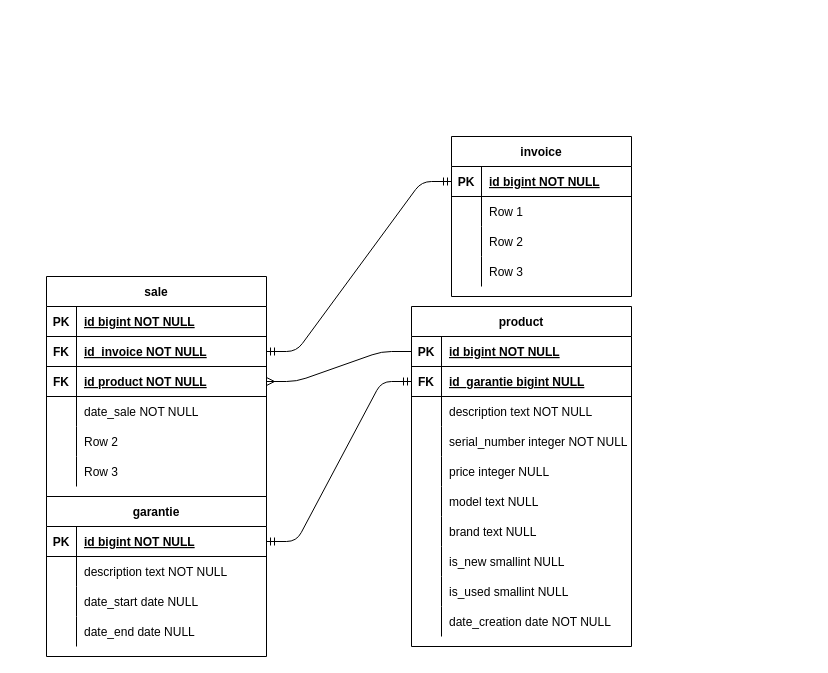
Earlier version of the draw.io diagram Diagrams/Untitled Diagram.drawio (JulianaMedinaF/iCommercewebDiagrams). Source tidied: cells renumbered, new cells numbered last; positions are measured from the earlier drawing's top-left corner, leaving out a move shared by most shapes. Both pictures are drawn from the tidied source at 100%, with x=0, y=0 at pixel (46, 136).
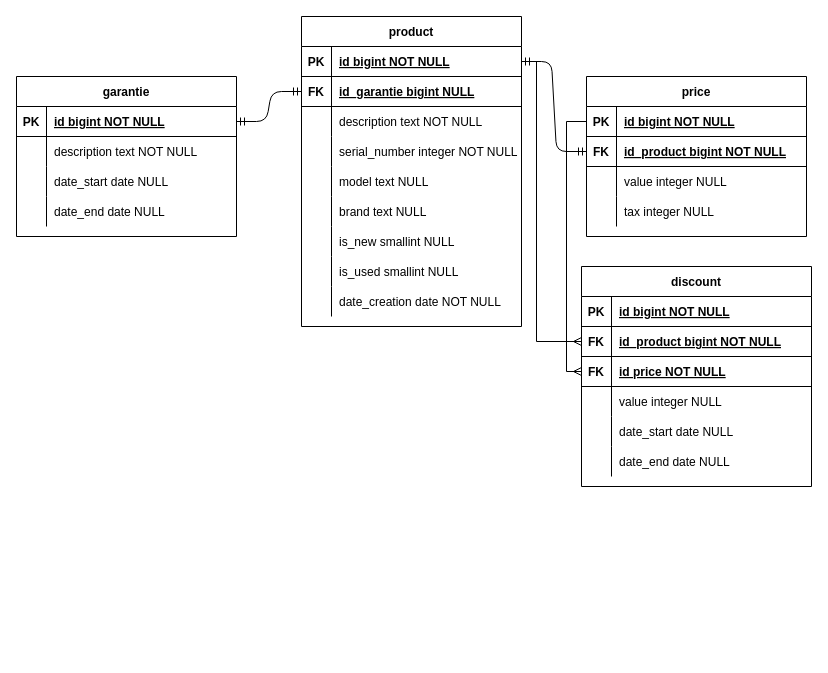
Above is the later version.

The change refers to these unchanged cells:
```xml
<mxCell id="3" style="shape=partialRectangle;fillColor=none;top=0;left=0;bottom=1;right=0;points=[[0,0.5],[1,0.5]];portConstraint=eastwest;" parent="2" vertex="1">
  <mxGeometry y="30" width="220" height="30" as="geometry" />
</mxCell>
<mxCell id="6" style="shape=partialRectangle;fillColor=none;top=0;left=0;bottom=1;right=0;points=[[0,0.5],[1,0.5]];portConstraint=eastwest;" parent="2" vertex="1">
  <mxGeometry y="60" width="220" height="30" as="geometry" />
</mxCell>
<mxCell id="34" style="shape=partialRectangle;fillColor=none;top=0;left=0;bottom=1;right=0;points=[[0,0.5],[1,0.5]];portConstraint=eastwest;" parent="33" vertex="1">
  <mxGeometry y="30" width="220" height="30" as="geometry" />
</mxCell>
```

The edit, as a diff of the source:
```diff
@@
     <mxCell id="2" value="product" style="shape=table;startSize=30;childLayout=tableLayout;rowLines=0;fontStyle=1;align=center;" parent="1" vertex="1">
-      <mxGeometry x="365" y="170" width="220" height="340" as="geometry" />
+      <mxGeometry x="255" y="-120" width="220" height="310" as="geometry" />
     </mxCell>
@@
-    <mxCell id="15" style="shape=partialRectangle;fillColor=none;top=0;left=0;bottom=0;right=0;" parent="2" vertex="1">
-      <mxGeometry y="150" width="220" height="30" as="geometry" />
-    </mxCell>
-    <mxCell id="16" style="shape=partialRectangle;fillColor=none;top=0;left=0;bottom=0;right=0;overflow=hidden;" parent="15" vertex="1">
-      <mxGeometry width="30" height="30" as="geometry" />
-    </mxCell>
-    <mxCell id="17" value="price integer NULL" style="shape=partialRectangle;fillColor=none;top=0;left=0;bottom=0;right=0;align=left;spacingLeft=6;overflow=hidden;" parent="15" vertex="1">
-      <mxGeometry x="30" width="190" height="30" as="geometry" />
-    </mxCell>
     <mxCell id="18" style="shape=partialRectangle;fillColor=none;top=0;left=0;bottom=0;right=0;" parent="2" vertex="1">
-      <mxGeometry y="180" width="220" height="30" as="geometry" />
+      <mxGeometry y="150" width="220" height="30" as="geometry" />
     </mxCell>
@@
     <mxCell id="21" style="shape=partialRectangle;fillColor=none;top=0;left=0;bottom=0;right=0;" parent="2" vertex="1">
-      <mxGeometry y="210" width="220" height="30" as="geometry" />
+      <mxGeometry y="180" width="220" height="30" as="geometry" />
     </mxCell>
@@
     <mxCell id="24" style="shape=partialRectangle;fillColor=none;top=0;left=0;bottom=0;right=0;" parent="2" vertex="1">
-      <mxGeometry y="240" width="220" height="30" as="geometry" />
+      <mxGeometry y="210" width="220" height="30" as="geometry" />
     </mxCell>
@@
     <mxCell id="27" style="shape=partialRectangle;fillColor=none;top=0;left=0;bottom=0;right=0;" parent="2" vertex="1">
-      <mxGeometry y="270" width="220" height="30" as="geometry" />
+      <mxGeometry y="240" width="220" height="30" as="geometry" />
     </mxCell>
@@
     <mxCell id="30" style="shape=partialRectangle;fillColor=none;top=0;left=0;bottom=0;right=0;" parent="2" vertex="1">
-      <mxGeometry y="300" width="220" height="30" as="geometry" />
+      <mxGeometry y="270" width="220" height="30" as="geometry" />
     </mxCell>
@@
     <mxCell id="33" value="garantie" style="shape=table;startSize=30;childLayout=tableLayout;rowLines=0;fontStyle=1;align=center;" parent="1" vertex="1">
-      <mxGeometry y="360" width="220" height="160" as="geometry" />
+      <mxGeometry x="-30" y="-60" width="220" height="160" as="geometry" />
     </mxCell>
@@
-    <mxCell id="46" value="sale" style="shape=table;startSize=30;childLayout=tableLayout;rowLines=0;fontStyle=1;align=center;" parent="1" vertex="1">
-      <mxGeometry y="140" width="220" height="220" as="geometry" />
-    </mxCell>
+    <mxCell id="78" style="edgeStyle=entityRelationEdgeStyle;fontSize=12;html=1;endArrow=ERmandOne;startArrow=ERmandOne;entryX=0;entryY=0.5;entryDx=0;entryDy=0;" parent="1" edge="1" source="34" target="6">
+      <mxGeometry relative="1" as="geometry" />
+    </mxCell>
+    <mxCell id="81" value="price" style="shape=table;startSize=30;childLayout=tableLayout;rowLines=0;fontStyle=1;align=center;" parent="1" vertex="1">
+      <mxGeometry x="540" y="-60" width="220" height="160" as="geometry" />
+    </mxCell>
-    <mxCell id="47" style="shape=partialRectangle;fillColor=none;top=0;left=0;bottom=1;right=0;points=[[0,0.5],[1,0.5]];portConstraint=eastwest;" parent="46" vertex="1">
+    <mxCell id="47" style="shape=partialRectangle;fillColor=none;top=0;left=0;bottom=1;right=0;points=[[0,0.5],[1,0.5]];portConstraint=eastwest;" parent="81" vertex="1">
       <mxGeometry y="30" width="220" height="30" as="geometry" />
     </mxCell>
-    <mxCell id="48" value="PK" style="shape=partialRectangle;fillColor=none;top=0;left=0;bottom=0;right=0;fontStyle=1;overflow=hidden;" parent="47" vertex="1">
-      <mxGeometry width="30" height="30" as="geometry" />
-    </mxCell>
+    <mxCell id="82" value="PK" style="shape=partialRectangle;fillColor=none;top=0;left=0;bottom=0;right=0;fontStyle=1;overflow=hidden;" parent="47" vertex="1">
+      <mxGeometry width="30" height="30" as="geometry" />
+    </mxCell>
@@
-    <mxCell id="50" style="shape=partialRectangle;fillColor=none;top=0;left=0;bottom=1;right=0;points=[[0,0.5],[1,0.5]];portConstraint=eastwest;" parent="46" vertex="1">
+    <mxCell id="50" style="shape=partialRectangle;fillColor=none;top=0;left=0;bottom=1;right=0;points=[[0,0.5],[1,0.5]];portConstraint=eastwest;" parent="81" vertex="1">
       <mxGeometry y="60" width="220" height="30" as="geometry" />
     </mxCell>
-    <mxCell id="51" value="FK" style="shape=partialRectangle;fillColor=none;top=0;left=0;bottom=0;right=0;fontStyle=1;overflow=hidden;" parent="50" vertex="1">
-      <mxGeometry width="30" height="30" as="geometry" />
-    </mxCell>
-    <mxCell id="52" value="id_invoice NOT NULL" style="shape=partialRectangle;fillColor=none;top=0;left=0;bottom=0;right=0;align=left;spacingLeft=6;fontStyle=5;overflow=hidden;" parent="50" vertex="1">
-      <mxGeometry x="30" width="190" height="30" as="geometry" />
-    </mxCell>
-    <mxCell id="53" style="shape=partialRectangle;fillColor=none;top=0;left=0;bottom=1;right=0;points=[[0,0.5],[1,0.5]];portConstraint=eastwest;" parent="46" vertex="1">
-      <mxGeometry y="90" width="220" height="30" as="geometry" />
-    </mxCell>
-    <mxCell id="54" value="FK" style="shape=partialRectangle;fillColor=none;top=0;left=0;bottom=0;right=0;fontStyle=1;overflow=hidden;" parent="53" vertex="1">
-      <mxGeometry width="30" height="30" as="geometry" />
-    </mxCell>
-    <mxCell id="55" value="id product NOT NULL" style="shape=partialRectangle;fillColor=none;top=0;left=0;bottom=0;right=0;align=left;spacingLeft=6;fontStyle=5;overflow=hidden;" parent="53" vertex="1">
-      <mxGeometry x="30" width="190" height="30" as="geometry" />
-    </mxCell>
+    <mxCell id="83" value="FK" style="shape=partialRectangle;fillColor=none;top=0;left=0;bottom=0;right=0;fontStyle=1;overflow=hidden;" parent="50" vertex="1">
+      <mxGeometry width="30" height="30" as="geometry" />
+    </mxCell>
+    <mxCell id="84" value="id_product bigint NOT NULL" style="shape=partialRectangle;fillColor=none;top=0;left=0;bottom=0;right=0;align=left;spacingLeft=6;fontStyle=5;overflow=hidden;" parent="50" vertex="1">
+      <mxGeometry x="30" width="190" height="30" as="geometry" />
+    </mxCell>
+    <mxCell id="85" style="shape=partialRectangle;fillColor=none;top=0;left=0;bottom=0;right=0;" parent="81" vertex="1">
+      <mxGeometry y="90" width="220" height="30" as="geometry" />
+    </mxCell>
+    <mxCell id="86" style="shape=partialRectangle;fillColor=none;top=0;left=0;bottom=0;right=0;overflow=hidden;" parent="85" vertex="1">
+      <mxGeometry width="30" height="30" as="geometry" />
+    </mxCell>
+    <mxCell id="87" value="value integer NULL" style="shape=partialRectangle;fillColor=none;top=0;left=0;bottom=0;right=0;align=left;spacingLeft=6;overflow=hidden;" parent="85" vertex="1">
+      <mxGeometry x="30" width="190" height="30" as="geometry" />
+    </mxCell>
-    <mxCell id="56" style="shape=partialRectangle;fillColor=none;top=0;left=0;bottom=0;right=0;" parent="46" vertex="1">
+    <mxCell id="56" style="shape=partialRectangle;fillColor=none;top=0;left=0;bottom=0;right=0;" parent="81" vertex="1">
       <mxGeometry y="120" width="220" height="30" as="geometry" />
     </mxCell>
-    <mxCell id="57" style="shape=partialRectangle;fillColor=none;top=0;left=0;bottom=0;right=0;overflow=hidden;" parent="56" vertex="1">
-      <mxGeometry width="30" height="30" as="geometry" />
-    </mxCell>
-    <mxCell id="58" value="date_sale NOT NULL" style="shape=partialRectangle;fillColor=none;top=0;left=0;bottom=0;right=0;align=left;spacingLeft=6;overflow=hidden;" parent="56" vertex="1">
-      <mxGeometry x="30" width="190" height="30" as="geometry" />
-    </mxCell>
-    <mxCell id="59" style="shape=partialRectangle;fillColor=none;top=0;left=0;bottom=0;right=0;" parent="46" vertex="1">
-      <mxGeometry y="150" width="220" height="30" as="geometry" />
-    </mxCell>
-    <mxCell id="60" style="shape=partialRectangle;fillColor=none;top=0;left=0;bottom=0;right=0;overflow=hidden;" parent="59" vertex="1">
-      <mxGeometry width="30" height="30" as="geometry" />
-    </mxCell>
-    <mxCell id="61" value="Row 2" style="shape=partialRectangle;fillColor=none;top=0;left=0;bottom=0;right=0;align=left;spacingLeft=6;overflow=hidden;" parent="59" vertex="1">
-      <mxGeometry x="30" width="190" height="30" as="geometry" />
-    </mxCell>
-    <mxCell id="62" style="shape=partialRectangle;fillColor=none;top=0;left=0;bottom=0;right=0;" parent="46" vertex="1">
-      <mxGeometry y="180" width="220" height="30" as="geometry" />
-    </mxCell>
-    <mxCell id="63" style="shape=partialRectangle;fillColor=none;top=0;left=0;bottom=0;right=0;overflow=hidden;" parent="62" vertex="1">
-      <mxGeometry width="30" height="30" as="geometry" />
-    </mxCell>
-    <mxCell id="64" value="Row 3" style="shape=partialRectangle;fillColor=none;top=0;left=0;bottom=0;right=0;align=left;spacingLeft=6;overflow=hidden;" parent="62" vertex="1">
-      <mxGeometry x="30" width="190" height="30" as="geometry" />
-    </mxCell>
-    <mxCell id="65" value="invoice" style="shape=table;startSize=30;childLayout=tableLayout;rowLines=0;fontStyle=1;align=center;" parent="1" vertex="1">
-      <mxGeometry x="405" width="180" height="160" as="geometry" />
-    </mxCell>
-    <mxCell id="66" style="shape=partialRectangle;fillColor=none;top=0;left=0;bottom=1;right=0;points=[[0,0.5],[1,0.5]];portConstraint=eastwest;" parent="65" vertex="1">
-      <mxGeometry y="30" width="180" height="30" as="geometry" />
-    </mxCell>
-    <mxCell id="67" value="PK" style="shape=partialRectangle;fillColor=none;top=0;left=0;bottom=0;right=0;fontStyle=1;overflow=hidden;" parent="66" vertex="1">
-      <mxGeometry width="30" height="30" as="geometry" />
-    </mxCell>
+    <mxCell id="88" style="shape=partialRectangle;fillColor=none;top=0;left=0;bottom=0;right=0;overflow=hidden;" parent="56" vertex="1">
+      <mxGeometry width="30" height="30" as="geometry" />
+    </mxCell>
+    <mxCell id="89" value="tax integer NULL" style="shape=partialRectangle;fillColor=none;top=0;left=0;bottom=0;right=0;align=left;spacingLeft=6;overflow=hidden;" parent="56" vertex="1">
+      <mxGeometry x="30" width="190" height="30" as="geometry" />
+    </mxCell>
+    <mxCell id="90" style="edgeStyle=entityRelationEdgeStyle;fontSize=12;html=1;endArrow=ERmandOne;startArrow=ERmandOne;entryX=0;entryY=0.5;entryDx=0;entryDy=0;exitX=1;exitY=0.5;exitDx=0;exitDy=0;" parent="1" edge="1" source="3" target="50">
+      <mxGeometry relative="1" as="geometry" />
+    </mxCell>
+    <mxCell id="91" value="discount" style="shape=table;startSize=30;childLayout=tableLayout;rowLines=0;fontStyle=1;align=center;" parent="1" vertex="1">
+      <mxGeometry x="535" y="130" width="230" height="220" as="geometry" />
+    </mxCell>
+    <mxCell id="92" style="shape=partialRectangle;fillColor=none;top=0;left=0;bottom=1;right=0;" parent="91" vertex="1">
+      <mxGeometry y="30" width="230" height="30" as="geometry" />
+    </mxCell>
+    <mxCell id="93" value="PK" style="shape=partialRectangle;fillColor=none;top=0;left=0;bottom=0;right=0;fontStyle=1;overflow=hidden;" parent="92" vertex="1">
+      <mxGeometry width="30" height="30" as="geometry" />
+    </mxCell>
-    <mxCell id="68" value="id bigint NOT NULL" style="shape=partialRectangle;fillColor=none;top=0;left=0;bottom=0;right=0;align=left;spacingLeft=6;fontStyle=5;overflow=hidden;" parent="66" vertex="1">
-      <mxGeometry x="30" width="150" height="30" as="geometry" />
+    <mxCell id="68" value="id bigint NOT NULL" style="shape=partialRectangle;fillColor=none;top=0;left=0;bottom=0;right=0;align=left;spacingLeft=6;fontStyle=5;overflow=hidden;" parent="92" vertex="1">
+      <mxGeometry x="30" width="200" height="30" as="geometry" />
     </mxCell>
-    <mxCell id="69" style="shape=partialRectangle;fillColor=none;top=0;left=0;bottom=0;right=0;" parent="65" vertex="1">
-      <mxGeometry y="60" width="180" height="30" as="geometry" />
-    </mxCell>
-    <mxCell id="70" style="shape=partialRectangle;fillColor=none;top=0;left=0;bottom=0;right=0;overflow=hidden;" parent="69" vertex="1">
-      <mxGeometry width="30" height="30" as="geometry" />
-    </mxCell>
-    <mxCell id="71" value="Row 1" style="shape=partialRectangle;fillColor=none;top=0;left=0;bottom=0;right=0;align=left;spacingLeft=6;overflow=hidden;" parent="69" vertex="1">
-      <mxGeometry x="30" width="150" height="30" as="geometry" />
-    </mxCell>
-    <mxCell id="72" style="shape=partialRectangle;fillColor=none;top=0;left=0;bottom=0;right=0;" parent="65" vertex="1">
-      <mxGeometry y="90" width="180" height="30" as="geometry" />
-    </mxCell>
-    <mxCell id="73" style="shape=partialRectangle;fillColor=none;top=0;left=0;bottom=0;right=0;overflow=hidden;" parent="72" vertex="1">
-      <mxGeometry width="30" height="30" as="geometry" />
-    </mxCell>
-    <mxCell id="74" value="Row 2" style="shape=partialRectangle;fillColor=none;top=0;left=0;bottom=0;right=0;align=left;spacingLeft=6;overflow=hidden;" parent="72" vertex="1">
-      <mxGeometry x="30" width="150" height="30" as="geometry" />
-    </mxCell>
-    <mxCell id="75" style="shape=partialRectangle;fillColor=none;top=0;left=0;bottom=0;right=0;" parent="65" vertex="1">
-      <mxGeometry y="120" width="180" height="30" as="geometry" />
-    </mxCell>
-    <mxCell id="76" style="shape=partialRectangle;fillColor=none;top=0;left=0;bottom=0;right=0;overflow=hidden;" parent="75" vertex="1">
-      <mxGeometry width="30" height="30" as="geometry" />
-    </mxCell>
-    <mxCell id="77" value="Row 3" style="shape=partialRectangle;fillColor=none;top=0;left=0;bottom=0;right=0;align=left;spacingLeft=6;overflow=hidden;" parent="75" vertex="1">
-      <mxGeometry x="30" width="150" height="30" as="geometry" />
-    </mxCell>
-    <mxCell id="78" style="edgeStyle=entityRelationEdgeStyle;fontSize=12;html=1;endArrow=ERmandOne;startArrow=ERmandOne;entryX=0;entryY=0.5;entryDx=0;entryDy=0;" parent="1" edge="1" source="34" target="6">
-      <mxGeometry relative="1" as="geometry" />
-    </mxCell>
-    <mxCell id="79" style="edgeStyle=entityRelationEdgeStyle;fontSize=12;html=1;endArrow=ERmany;exitX=0;exitY=0.5;exitDx=0;exitDy=0;" parent="1" edge="1" source="3" target="53">
-      <mxGeometry relative="1" as="geometry" />
-    </mxCell>
-    <mxCell id="80" style="edgeStyle=entityRelationEdgeStyle;fontSize=12;html=1;endArrow=ERmandOne;startArrow=ERmandOne;entryX=0;entryY=0.5;entryDx=0;entryDy=0;" parent="1" edge="1" source="50" target="66">
-      <mxGeometry relative="1" as="geometry" />
-    </mxCell>
+    <mxCell id="94" style="shape=partialRectangle;fillColor=none;top=0;left=0;bottom=1;right=0;points=[[0,0.5],[1,0.5]];portConstraint=eastwest;" parent="91" vertex="1">
+      <mxGeometry y="60" width="230" height="30" as="geometry" />
+    </mxCell>
+    <mxCell id="95" value="FK" style="shape=partialRectangle;fillColor=none;top=0;left=0;bottom=0;right=0;fontStyle=1;overflow=hidden;" parent="94" vertex="1">
+      <mxGeometry width="30" height="30" as="geometry" />
+    </mxCell>
+    <mxCell id="96" value="id_product bigint NOT NULL" style="shape=partialRectangle;fillColor=none;top=0;left=0;bottom=0;right=0;align=left;spacingLeft=6;fontStyle=5;overflow=hidden;" parent="94" vertex="1">
+      <mxGeometry x="30" width="200" height="30" as="geometry" />
+    </mxCell>
+    <mxCell id="97" style="shape=partialRectangle;fillColor=none;top=0;left=0;bottom=1;right=0;points=[[0,0.5],[1,0.5]];portConstraint=eastwest;" parent="91" vertex="1">
+      <mxGeometry y="90" width="230" height="30" as="geometry" />
+    </mxCell>
+    <mxCell id="98" value="FK" style="shape=partialRectangle;fillColor=none;top=0;left=0;bottom=0;right=0;fontStyle=1;overflow=hidden;" parent="97" vertex="1">
+      <mxGeometry width="30" height="30" as="geometry" />
+    </mxCell>
+    <mxCell id="99" value="id price NOT NULL" style="shape=partialRectangle;fillColor=none;top=0;left=0;bottom=0;right=0;align=left;spacingLeft=6;fontStyle=5;overflow=hidden;" parent="97" vertex="1">
+      <mxGeometry x="30" width="200" height="30" as="geometry" />
+    </mxCell>
+    <mxCell id="100" style="shape=partialRectangle;fillColor=none;top=0;left=0;bottom=0;right=0;" parent="91" vertex="1">
+      <mxGeometry y="120" width="230" height="30" as="geometry" />
+    </mxCell>
+    <mxCell id="101" style="shape=partialRectangle;fillColor=none;top=0;left=0;bottom=0;right=0;overflow=hidden;" parent="100" vertex="1">
+      <mxGeometry width="30" height="30" as="geometry" />
+    </mxCell>
+    <mxCell id="102" value="value integer NULL" style="shape=partialRectangle;fillColor=none;top=0;left=0;bottom=0;right=0;align=left;spacingLeft=6;overflow=hidden;" parent="100" vertex="1">
+      <mxGeometry x="30" width="200" height="30" as="geometry" />
+    </mxCell>
+    <mxCell id="103" style="shape=partialRectangle;fillColor=none;top=0;left=0;bottom=0;right=0;" parent="91" vertex="1">
+      <mxGeometry y="150" width="230" height="30" as="geometry" />
+    </mxCell>
+    <mxCell id="104" style="shape=partialRectangle;fillColor=none;top=0;left=0;bottom=0;right=0;overflow=hidden;" parent="103" vertex="1">
+      <mxGeometry width="30" height="30" as="geometry" />
+    </mxCell>
+    <mxCell id="105" value="date_start date NULL" style="shape=partialRectangle;fillColor=none;top=0;left=0;bottom=0;right=0;align=left;spacingLeft=6;overflow=hidden;" parent="103" vertex="1">
+      <mxGeometry x="30" width="200" height="30" as="geometry" />
+    </mxCell>
+    <mxCell id="106" style="shape=partialRectangle;fillColor=none;top=0;left=0;bottom=0;right=0;" parent="91" vertex="1">
+      <mxGeometry y="180" width="230" height="30" as="geometry" />
+    </mxCell>
+    <mxCell id="107" style="shape=partialRectangle;fillColor=none;top=0;left=0;bottom=0;right=0;overflow=hidden;" parent="106" vertex="1">
+      <mxGeometry width="30" height="30" as="geometry" />
+    </mxCell>
+    <mxCell id="108" value="date_end date NULL" style="shape=partialRectangle;fillColor=none;top=0;left=0;bottom=0;right=0;align=left;spacingLeft=6;overflow=hidden;" parent="106" vertex="1">
+      <mxGeometry x="30" width="200" height="30" as="geometry" />
+    </mxCell>
+    <mxCell id="109" style="edgeStyle=orthogonalEdgeStyle;rounded=0;jettySize=auto;html=1;exitX=0;exitY=0.5;exitDx=0;exitDy=0;entryX=0;entryY=0.5;entryDx=0;entryDy=0;endArrow=ERmany;endFill=0;" parent="1" edge="1" source="47" target="97">
+      <mxGeometry relative="1" as="geometry" />
+    </mxCell>
+    <mxCell id="110" style="edgeStyle=orthogonalEdgeStyle;rounded=0;jettySize=auto;html=1;exitX=1;exitY=0.5;exitDx=0;exitDy=0;entryX=0;entryY=0.5;entryDx=0;entryDy=0;endArrow=ERmany;endFill=0;" parent="1" edge="1" source="3" target="94">
+      <mxGeometry relative="1" as="geometry">
+        <Array as="points">
+          <mxPoint x="490" y="-75" />
+          <mxPoint x="490" y="205" />
+        </Array>
+      </mxGeometry>
+    </mxCell>
```
